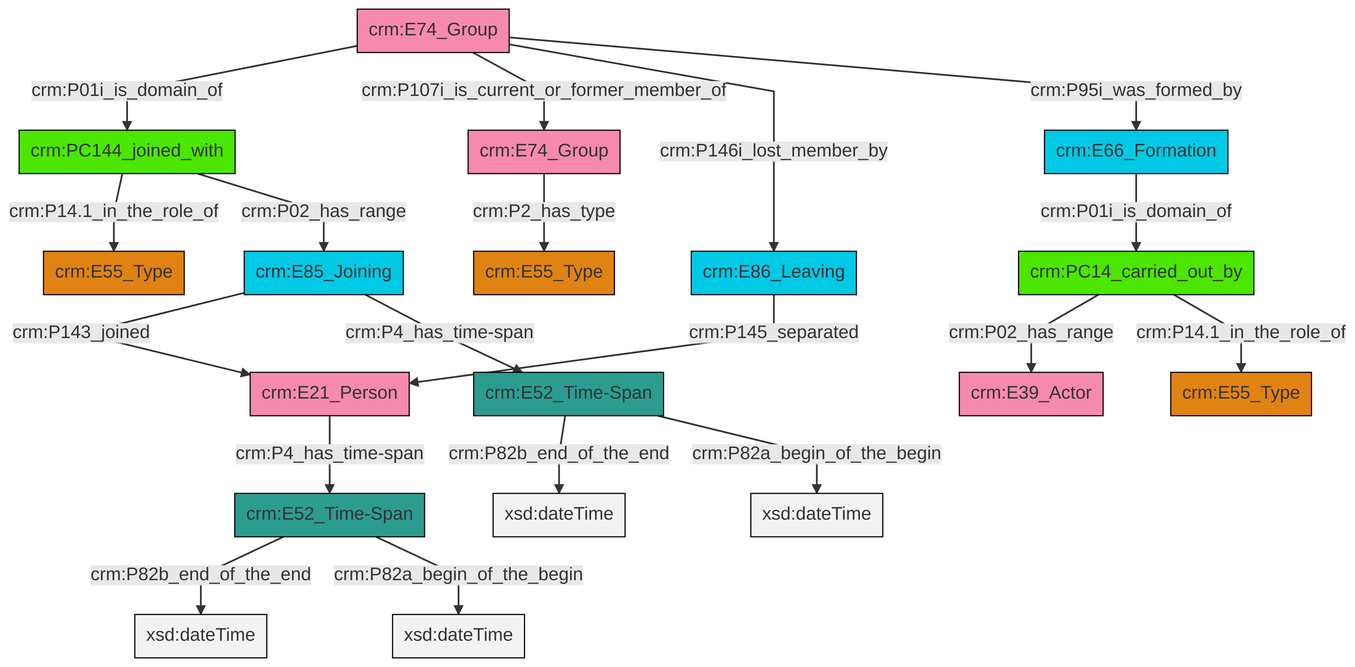
swiss-art-research-net/reference-data-models keeps this Mermaid diagram as et/groupCSV/ttl/mmd/png/group_actor_relations.png. Above is the earlier version. Its source is kept beside it as et/groupCSV/ttl/mmd/group_actor_relations.ttl.mmd.
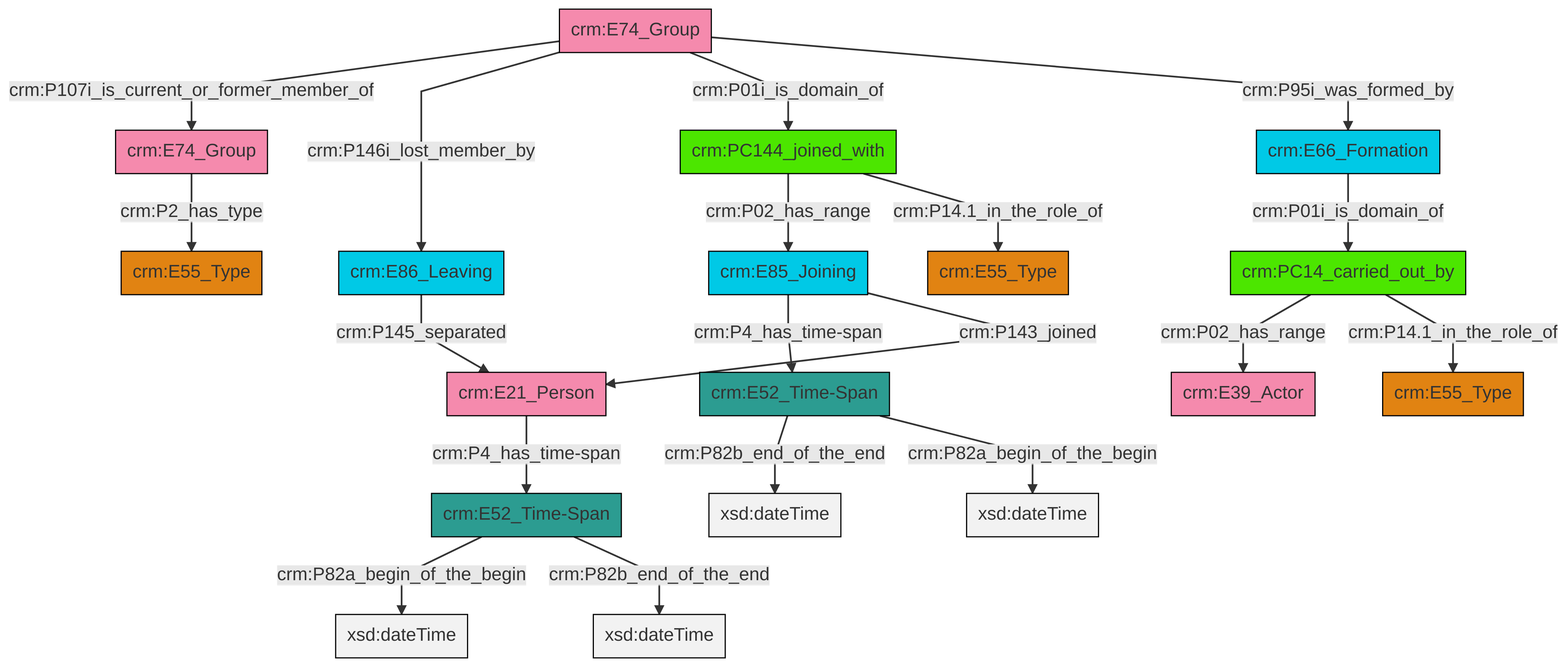
After the change.

Diff of the diagram source:
```diff
@@ -13,21 +13,21 @@
 classDef PC_Classes fill:#4ce600, stroke:#000000;
 classDef Multi fill:#cccccc,stroke:#000000;
 
-0["crm:E66_Formation"]:::Temporal_Entity -->|crm:P01i_is_domain_of| 1["crm:PC14_carried_out_by"]:::PC_Classes
-6["crm:E74_Group"]:::Actor -->|crm:P01i_is_domain_of| 4["crm:PC144_joined_with"]:::PC_Classes
-6["crm:E74_Group"]:::Actor -->|crm:P107i_is_current_or_former_member_of| 7["crm:E74_Group"]:::Actor
-2["crm:E21_Person"]:::Actor -->|crm:P4_has_time-span| 8["crm:E52_Time-Span"]:::Time-Span
-8["crm:E52_Time-Span"]:::Time-Span -->|crm:P82b_end_of_the_end| 12[xsd:dateTime]:::Literal
-1["crm:PC14_carried_out_by"]:::PC_Classes -->|crm:P02_has_range| 17["crm:E39_Actor"]:::Actor
-4["crm:PC144_joined_with"]:::PC_Classes -->|crm:P14.1_in_the_role_of| 18["crm:E55_Type"]:::Type
-6["crm:E74_Group"]:::Actor -->|crm:P146i_lost_member_by| 15["crm:E86_Leaving"]:::Temporal_Entity
-21["crm:E85_Joining"]:::Temporal_Entity -->|crm:P143_joined| 2["crm:E21_Person"]:::Actor
-13["crm:E52_Time-Span"]:::Time-Span -->|crm:P82b_end_of_the_end| 23[xsd:dateTime]:::Literal
-7["crm:E74_Group"]:::Actor -->|crm:P2_has_type| 24["crm:E55_Type"]:::Type
-1["crm:PC14_carried_out_by"]:::PC_Classes -->|crm:P14.1_in_the_role_of| 9["crm:E55_Type"]:::Type
-4["crm:PC144_joined_with"]:::PC_Classes -->|crm:P02_has_range| 21["crm:E85_Joining"]:::Temporal_Entity
-13["crm:E52_Time-Span"]:::Time-Span -->|crm:P82a_begin_of_the_begin| 28[xsd:dateTime]:::Literal
-21["crm:E85_Joining"]:::Temporal_Entity -->|crm:P4_has_time-span| 13["crm:E52_Time-Span"]:::Time-Span
-8["crm:E52_Time-Span"]:::Time-Span -->|crm:P82a_begin_of_the_begin| 31[xsd:dateTime]:::Literal
-15["crm:E86_Leaving"]:::Temporal_Entity -->|crm:P145_separated| 2["crm:E21_Person"]:::Actor
-6["crm:E74_Group"]:::Actor -->|crm:P95i_was_formed_by| 0["crm:E66_Formation"]:::Temporal_Entity
+0["crm:E21_Person"]:::Actor -->|crm:P4_has_time-span| 1["crm:E52_Time-Span"]:::Time-Span
+4["crm:E86_Leaving"]:::Temporal_Entity -->|crm:P145_separated| 0["crm:E21_Person"]:::Actor
+5["crm:E74_Group"]:::Actor -->|crm:P107i_is_current_or_former_member_of| 6["crm:E74_Group"]:::Actor
+1["crm:E52_Time-Span"]:::Time-Span -->|crm:P82a_begin_of_the_begin| 7[xsd:dateTime]:::Literal
+10["crm:PC144_joined_with"]:::PC_Classes -->|crm:P02_has_range| 11["crm:E85_Joining"]:::Temporal_Entity
+2["crm:PC14_carried_out_by"]:::PC_Classes -->|crm:P02_has_range| 14["crm:E39_Actor"]:::Actor
+11["crm:E85_Joining"]:::Temporal_Entity -->|crm:P4_has_time-span| 12["crm:E52_Time-Span"]:::Time-Span
+15["crm:E66_Formation"]:::Temporal_Entity -->|crm:P01i_is_domain_of| 2["crm:PC14_carried_out_by"]:::PC_Classes
+10["crm:PC144_joined_with"]:::PC_Classes -->|crm:P14.1_in_the_role_of| 17["crm:E55_Type"]:::Type
+12["crm:E52_Time-Span"]:::Time-Span -->|crm:P82b_end_of_the_end| 20[xsd:dateTime]:::Literal
+5["crm:E74_Group"]:::Actor -->|crm:P146i_lost_member_by| 4["crm:E86_Leaving"]:::Temporal_Entity
+12["crm:E52_Time-Span"]:::Time-Span -->|crm:P82a_begin_of_the_begin| 25[xsd:dateTime]:::Literal
+11["crm:E85_Joining"]:::Temporal_Entity -->|crm:P143_joined| 0["crm:E21_Person"]:::Actor
+1["crm:E52_Time-Span"]:::Time-Span -->|crm:P82b_end_of_the_end| 30[xsd:dateTime]:::Literal
+2["crm:PC14_carried_out_by"]:::PC_Classes -->|crm:P14.1_in_the_role_of| 18["crm:E55_Type"]:::Type
+5["crm:E74_Group"]:::Actor -->|crm:P01i_is_domain_of| 10["crm:PC144_joined_with"]:::PC_Classes
+5["crm:E74_Group"]:::Actor -->|crm:P95i_was_formed_by| 15["crm:E66_Formation"]:::Temporal_Entity
+6["crm:E74_Group"]:::Actor -->|crm:P2_has_type| 8["crm:E55_Type"]:::Type
```
